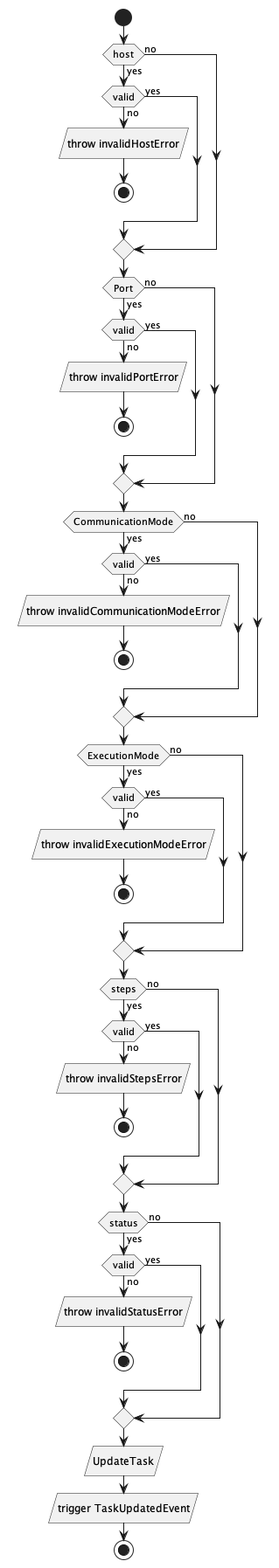
Enrikerf/pfm keeps this PlantUML diagram as thesis/part/Proyecto_ejecutivo/memoria_descriptiva/descripcionDelProyecto/manager/uml/updateTaskUseCase.png. Above is the earlier version.
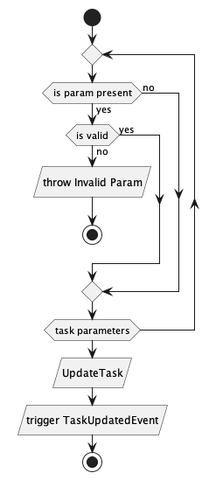
The same diagram one commit later.

Diff of the diagram source:
```diff
@@ -1,53 +1,16 @@
 @startuml
 start
-if (host) then (yes)
-    if (valid) then (no)
-        :throw invalidHostError/
-        stop
-    else (yes)
-    endif
-else (no)
-endif
-if (Port) then (yes)
-        if (valid) then (no)
-            :throw invalidPortError/
+
+repeat
+if (is param present) then (yes)
+        if (is valid) then (no)
+            :throw Invalid Param/
             stop
         else (yes)
         endif
 else (no)
 endif
-if (CommunicationMode) then (yes)
-        if (valid) then (no)
-            :throw invalidCommunicationModeError/
-            stop
-        else (yes)
-        endif
-else (no)
-endif
-if (ExecutionMode) then (yes)
-        if (valid) then (no)
-            :throw invalidExecutionModeError/
-            stop
-        else (yes)
-        endif
-else (no)
-endif
-if (steps) then (yes)
-        if (valid) then (no)
-            :throw invalidStepsError/
-            stop
-        else (yes)
-        endif
-else (no)
-endif
-if (status) then (yes)
-        if (valid) then (no)
-            :throw invalidStatusError/
-            stop
-        else (yes)
-        endif
-else (no)
-endif
+repeat while(task parameters)
 :UpdateTask/
 :trigger TaskUpdatedEvent/
 stop
```
